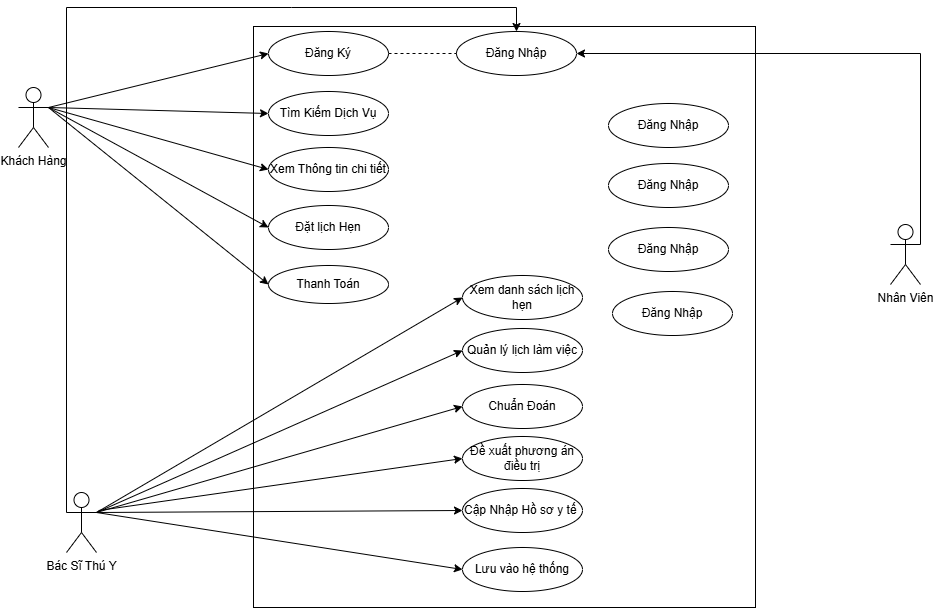
This is sheet8.drawio.png from Junglou/-n, a draw.io export, as it was before one commit. Source tidied: cells renumbered, new cells last; positions are measured from the earlier drawing's top-left corner, leaving out a move shared by most shapes.
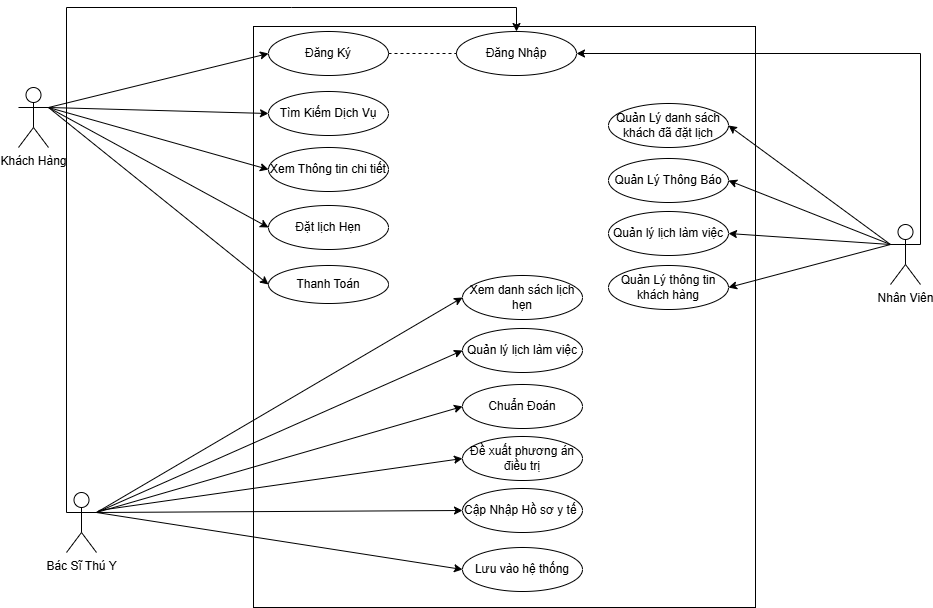
Above is the later version.

What changed in the source:
```diff
@@ -47,7 +47,7 @@
     <mxCell id="16" value="Thanh Toán" style="ellipse;whiteSpace=wrap;html=1;" parent="1" vertex="1">
       <mxGeometry x="250" y="258" width="120" height="38" as="geometry" />
     </mxCell>
-    <mxCell id="17" value="Đăng Nhập" style="ellipse;whiteSpace=wrap;html=1;" parent="1" vertex="1">
+    <mxCell id="17" value="Quản Lý danh sách khách đã đặt lịch" style="ellipse;whiteSpace=wrap;html=1;" parent="1" vertex="1">
       <mxGeometry x="590" y="96" width="120" height="44" as="geometry" />
     </mxCell>
     <mxCell id="18" value="Lưu vào hệ thống" style="ellipse;whiteSpace=wrap;html=1;" parent="1" vertex="1">
@@ -71,14 +71,14 @@
     <mxCell id="24" style="endArrow=none;dashed=1;html=1;rounded=0;exitX=1;exitY=0.5;exitDx=0;exitDy=0;entryX=0;entryY=0.5;entryDx=0;entryDy=0;" parent="1" edge="1" source="7" target="6">
       <mxGeometry relative="1" as="geometry" />
     </mxCell>
-    <mxCell id="25" value="Đăng Nhập" style="ellipse;whiteSpace=wrap;html=1;" parent="1" vertex="1">
-      <mxGeometry x="590" y="156" width="120" height="44" as="geometry" />
+    <mxCell id="25" value="Quản Lý Thông Báo" style="ellipse;whiteSpace=wrap;html=1;" parent="1" vertex="1">
+      <mxGeometry x="590" y="151" width="120" height="44" as="geometry" />
     </mxCell>
-    <mxCell id="26" value="Đăng Nhập" style="ellipse;whiteSpace=wrap;html=1;" parent="1" vertex="1">
-      <mxGeometry x="590" y="220" width="120" height="44" as="geometry" />
+    <mxCell id="26" value="Quản lý lịch làm việc" style="ellipse;whiteSpace=wrap;html=1;" parent="1" vertex="1">
+      <mxGeometry x="590" y="204" width="120" height="44" as="geometry" />
     </mxCell>
-    <mxCell id="27" value="Đăng Nhập" style="ellipse;whiteSpace=wrap;html=1;" parent="1" vertex="1">
-      <mxGeometry x="594" y="284" width="120" height="44" as="geometry" />
+    <mxCell id="27" value="Quản Lý thông tin khách hàng" style="ellipse;whiteSpace=wrap;html=1;" parent="1" vertex="1">
+      <mxGeometry x="590" y="258" width="120" height="44" as="geometry" />
     </mxCell>
     <mxCell id="28" style="endArrow=classic;html=1;rounded=0;exitX=1;exitY=0.3333333333333333;exitDx=0;exitDy=0;exitPerimeter=0;entryX=0;entryY=0.5;entryDx=0;entryDy=0;" parent="1" edge="1" source="5" target="11">
       <mxGeometry relative="1" as="geometry" />
@@ -116,5 +116,17 @@
         </Array>
       </mxGeometry>
     </mxCell>
+    <mxCell id="36" style="endArrow=classic;html=1;rounded=0;entryX=1;entryY=0.5;entryDx=0;entryDy=0;exitX=0;exitY=0.3333333333333333;exitDx=0;exitDy=0;exitPerimeter=0;" parent="1" edge="1" source="4" target="17">
+      <mxGeometry relative="1" as="geometry" />
+    </mxCell>
+    <mxCell id="37" style="endArrow=classic;html=1;rounded=0;entryX=1;entryY=0.5;entryDx=0;entryDy=0;exitX=0;exitY=0.3333333333333333;exitDx=0;exitDy=0;exitPerimeter=0;" parent="1" edge="1" source="4" target="25">
+      <mxGeometry relative="1" as="geometry" />
+    </mxCell>
+    <mxCell id="38" style="endArrow=classic;html=1;rounded=0;entryX=1;entryY=0.5;entryDx=0;entryDy=0;exitX=0;exitY=0.3333333333333333;exitDx=0;exitDy=0;exitPerimeter=0;" parent="1" edge="1" source="4" target="26">
+      <mxGeometry relative="1" as="geometry" />
+    </mxCell>
+    <mxCell id="39" style="endArrow=classic;html=1;rounded=0;entryX=1;entryY=0.5;entryDx=0;entryDy=0;exitX=0;exitY=0.3333333333333333;exitDx=0;exitDy=0;exitPerimeter=0;" parent="1" edge="1" source="4" target="27">
+      <mxGeometry relative="1" as="geometry" />
+    </mxCell>
   </root>
 </mxGraphModel>
```
